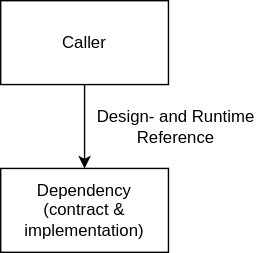
The draw.io diagram static/post-media/Why-callers-own-abstractions/concrete.drawio.svg in farlee2121/DevEssentialsBlog, before a commit. Source tidied: cells renumbered, new cells last; positions are measured from the earlier drawing's top-left corner, leaving out a move shared by most shapes. Its diagram source:
```xml
<mxGraphModel>
  <root>
    <mxCell id="0" />
    <mxCell id="1" parent="0" />
    <mxCell id="2" value="Dependency&lt;br&gt;(contract &amp;amp; implementation)" style="whiteSpace=wrap;html=1;" parent="1" vertex="1">
      <mxGeometry y="120" width="120" height="60" as="geometry" />
    </mxCell>
    <mxCell id="3" style="edgeStyle=none;html=1;exitX=0.5;exitY=1;exitDx=0;exitDy=0;" parent="1" edge="1" source="4" target="2">
      <mxGeometry relative="1" as="geometry" />
    </mxCell>
    <mxCell id="4" value="Caller" style="whiteSpace=wrap;html=1;" parent="1" vertex="1">
      <mxGeometry width="120" height="60" as="geometry" />
    </mxCell>
    <mxCell id="5" value="Design- and Runtime&lt;br&gt;Reference" style="text;html=1;align=center;verticalAlign=middle;strokeColor=none;fillColor=none;" parent="1" vertex="1">
      <mxGeometry x="60" y="75" width="130" height="30" as="geometry" />
    </mxCell>
  </root>
</mxGraphModel>
```
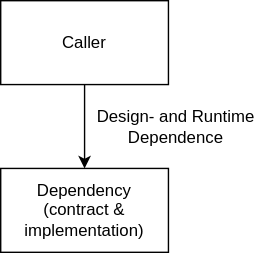
After the change.

Commit message:
Refine run vs design time dep graphs

Change to the diagram source:
```diff
@@ -11,7 +11,7 @@
     <mxCell id="4" value="Caller" style="whiteSpace=wrap;html=1;" parent="1" vertex="1">
       <mxGeometry width="120" height="60" as="geometry" />
     </mxCell>
-    <mxCell id="5" value="Design- and Runtime&lt;br&gt;Reference" style="text;html=1;align=center;verticalAlign=middle;strokeColor=none;fillColor=none;" parent="1" vertex="1">
+    <mxCell id="5" value="Design- and Runtime&lt;br&gt;Dependence" style="text;html=1;align=center;verticalAlign=middle;strokeColor=none;fillColor=none;" parent="1" vertex="1">
       <mxGeometry x="60" y="75" width="130" height="30" as="geometry" />
     </mxCell>
   </root>
```
